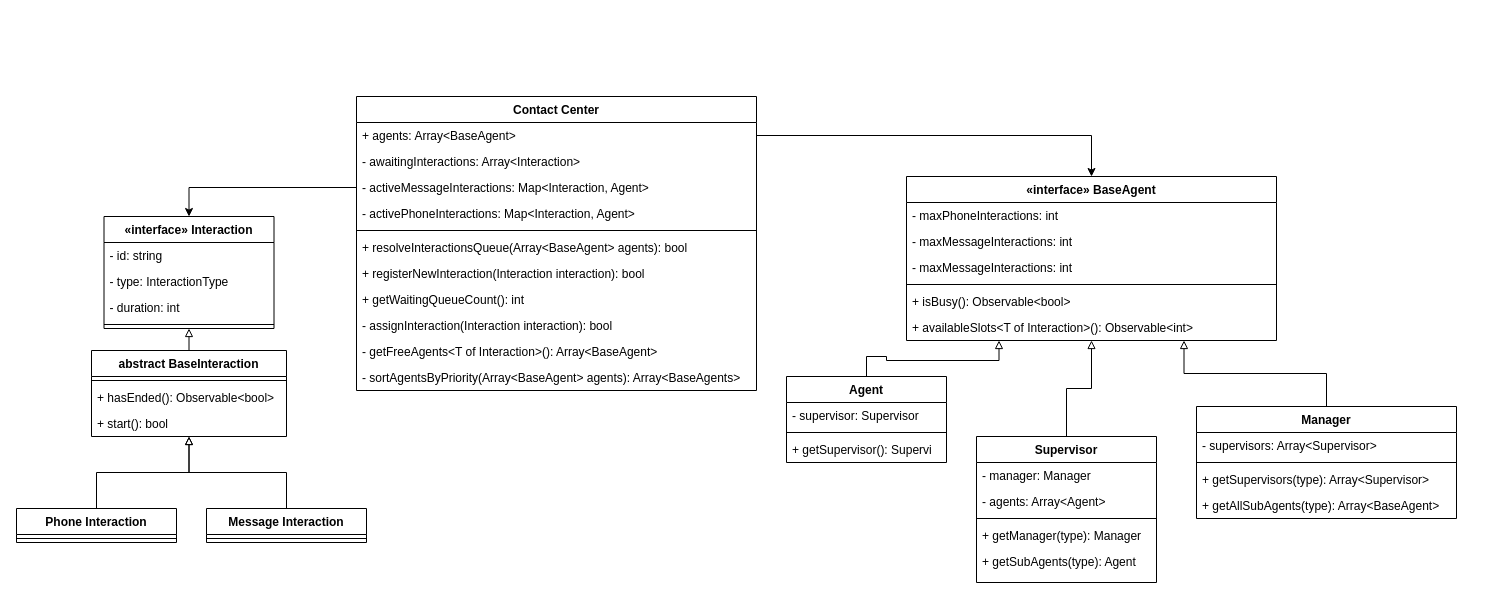
dvelluto/vonage-challenge keeps this draw.io diagram as Vonage-Challenge.drawio. Above is the earlier version. Source tidied: cells renumbered, new cells numbered last; positions are measured from the earlier drawing's top-left corner, leaving out a move shared by most shapes. Both pictures are drawn from the tidied source at 100%, with x=0, y=0 at pixel (16, 96).
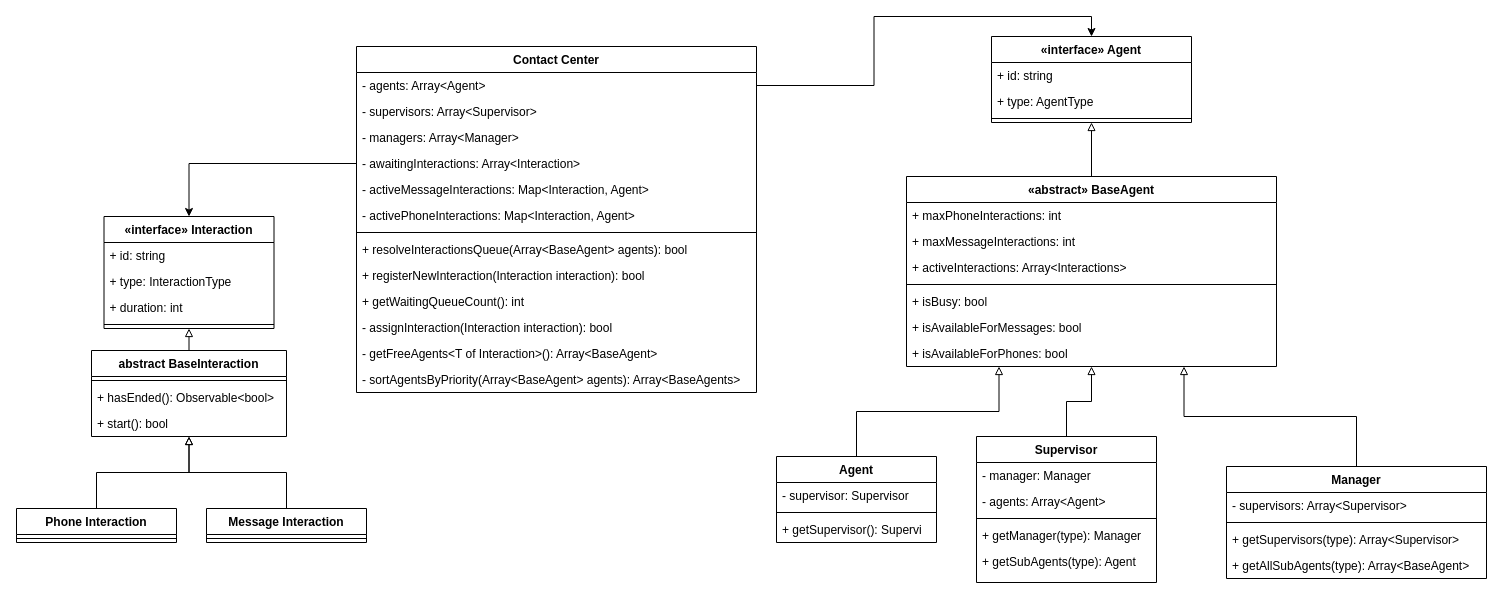
The same page after the edit.

Unchanged cells that the change refers to:
```xml
<mxCell id="36" value="«interface» Interaction" style="swimlane;fontStyle=1;align=center;verticalAlign=top;horizontal=1;startSize=26;" parent="1" vertex="1">
  <mxGeometry x="87.5" y="120" width="170" height="112" as="geometry" />
</mxCell>
```

Change to the diagram source:
```diff
@@
     <mxCell id="8" value="Agent" style="swimlane;fontStyle=1;align=center;verticalAlign=top;horizontal=1;startSize=26;" parent="1" vertex="1">
-      <mxGeometry x="770" y="280" width="160" height="86" as="geometry" />
+      <mxGeometry x="760" y="360" width="160" height="86" as="geometry" />
     </mxCell>
@@
     <mxCell id="19" value="Manager" style="swimlane;fontStyle=1;align=center;verticalAlign=top;horizontal=1;startSize=26;" parent="1" vertex="1">
-      <mxGeometry x="1180" y="310" width="260" height="112" as="geometry" />
+      <mxGeometry x="1210" y="370" width="260" height="112" as="geometry" />
     </mxCell>
@@
-    <mxCell id="26" style="edgeStyle=orthogonalEdgeStyle;rounded=0;jettySize=auto;html=1;exitX=0.5;exitY=0;exitDx=0;exitDy=0;entryX=1;entryY=0.5;entryDx=0;entryDy=0;startArrow=classic;startFill=1;endArrow=none;endFill=0;" parent="1" edge="1" source="27" target="42">
-      <mxGeometry relative="1" as="geometry" />
-    </mxCell>
-    <mxCell id="27" value="«interface» BaseAgent" style="swimlane;fontStyle=1;align=center;verticalAlign=top;horizontal=1;startSize=26;" parent="1" vertex="1">
-      <mxGeometry x="890" y="80" width="370" height="164" as="geometry" />
+    <mxCell id="27" value="«abstract» BaseAgent" style="swimlane;fontStyle=1;align=center;verticalAlign=top;horizontal=1;startSize=26;" parent="1" vertex="1">
+      <mxGeometry x="890" y="80" width="370" height="190" as="geometry" />
     </mxCell>
-    <mxCell id="28" value="- maxPhoneInteractions: int" style="text;strokeColor=none;fillColor=none;align=left;verticalAlign=top;spacingLeft=4;spacingRight=4;overflow=hidden;" parent="27" vertex="1">
+    <mxCell id="28" value="+ maxPhoneInteractions: int" style="text;strokeColor=none;fillColor=none;align=left;verticalAlign=top;spacingLeft=4;spacingRight=4;overflow=hidden;" parent="27" vertex="1">
       <mxGeometry y="26" width="370" height="26" as="geometry" />
     </mxCell>
-    <mxCell id="29" value="- maxMessageInteractions: int" style="text;strokeColor=none;fillColor=none;align=left;verticalAlign=top;spacingLeft=4;spacingRight=4;overflow=hidden;" parent="27" vertex="1">
+    <mxCell id="29" value="+ maxMessageInteractions: int" style="text;strokeColor=none;fillColor=none;align=left;verticalAlign=top;spacingLeft=4;spacingRight=4;overflow=hidden;" parent="27" vertex="1">
       <mxGeometry y="52" width="370" height="26" as="geometry" />
     </mxCell>
-    <mxCell id="30" value="- maxMessageInteractions: int" style="text;strokeColor=none;fillColor=none;align=left;verticalAlign=top;spacingLeft=4;spacingRight=4;overflow=hidden;" parent="27" vertex="1">
+    <mxCell id="30" value="+ activeInteractions: Array&lt;Interactions&gt;" style="text;strokeColor=none;fillColor=none;align=left;verticalAlign=top;spacingLeft=4;spacingRight=4;overflow=hidden;" parent="27" vertex="1">
       <mxGeometry y="78" width="370" height="26" as="geometry" />
     </mxCell>
@@
-    <mxCell id="32" value="+ isBusy(): Observable&lt;bool&gt;" style="text;strokeColor=none;fillColor=none;align=left;verticalAlign=top;spacingLeft=4;spacingRight=4;overflow=hidden;" parent="27" vertex="1">
-      <mxGeometry y="112" width="370" height="26" as="geometry" />
-    </mxCell>
-    <mxCell id="33" value="+ availableSlots&lt;T of Interaction&gt;(): Observable&lt;int&gt;" style="text;strokeColor=none;fillColor=none;align=left;verticalAlign=top;spacingLeft=4;spacingRight=4;overflow=hidden;" parent="27" vertex="1">
-      <mxGeometry y="138" width="370" height="26" as="geometry" />
-    </mxCell>
-    <mxCell id="34" style="edgeStyle=orthogonalEdgeStyle;rounded=0;jettySize=auto;html=1;exitX=0.5;exitY=0;exitDx=0;exitDy=0;entryX=0;entryY=0.5;entryDx=0;entryDy=0;startArrow=classic;startFill=1;endArrow=none;endFill=0;" parent="1" edge="1" source="36" target="44">
-      <mxGeometry relative="1" as="geometry" />
-    </mxCell>
+    <mxCell id="57" value="+ isBusy: bool" style="text;strokeColor=none;fillColor=none;align=left;verticalAlign=top;spacingLeft=4;spacingRight=4;overflow=hidden;" parent="27" vertex="1">
+      <mxGeometry y="112" width="370" height="26" as="geometry" />
+    </mxCell>
+    <mxCell id="58" value="+ isAvailableForMessages: bool" style="text;strokeColor=none;fillColor=none;align=left;verticalAlign=top;spacingLeft=4;spacingRight=4;overflow=hidden;" parent="27" vertex="1">
+      <mxGeometry y="138" width="370" height="26" as="geometry" />
+    </mxCell>
+    <mxCell id="59" value="+ isAvailableForPhones: bool" style="text;strokeColor=none;fillColor=none;align=left;verticalAlign=top;spacingLeft=4;spacingRight=4;overflow=hidden;" parent="27" vertex="1">
+      <mxGeometry y="164" width="370" height="26" as="geometry" />
+    </mxCell>
@@
-    <mxCell id="37" value="- id: string" style="text;strokeColor=none;fillColor=none;align=left;verticalAlign=top;spacingLeft=4;spacingRight=4;overflow=hidden;" parent="36" vertex="1">
+    <mxCell id="37" value="+ id: string" style="text;strokeColor=none;fillColor=none;align=left;verticalAlign=top;spacingLeft=4;spacingRight=4;overflow=hidden;" parent="36" vertex="1">
       <mxGeometry y="26" width="170" height="26" as="geometry" />
     </mxCell>
-    <mxCell id="38" value="- type: InteractionType" style="text;strokeColor=none;fillColor=none;align=left;verticalAlign=top;spacingLeft=4;spacingRight=4;overflow=hidden;" parent="36" vertex="1">
+    <mxCell id="38" value="+ type: InteractionType" style="text;strokeColor=none;fillColor=none;align=left;verticalAlign=top;spacingLeft=4;spacingRight=4;overflow=hidden;" parent="36" vertex="1">
       <mxGeometry y="52" width="170" height="26" as="geometry" />
     </mxCell>
-    <mxCell id="39" value="- duration: int" style="text;strokeColor=none;fillColor=none;align=left;verticalAlign=top;spacingLeft=4;spacingRight=4;overflow=hidden;" parent="36" vertex="1">
+    <mxCell id="39" value="+ duration: int" style="text;strokeColor=none;fillColor=none;align=left;verticalAlign=top;spacingLeft=4;spacingRight=4;overflow=hidden;" parent="36" vertex="1">
       <mxGeometry y="78" width="170" height="26" as="geometry" />
     </mxCell>
@@
     <mxCell id="41" value="Contact Center" style="swimlane;fontStyle=1;align=center;verticalAlign=top;horizontal=1;startSize=26;" parent="1" vertex="1">
-      <mxGeometry x="340" width="400" height="294" as="geometry" />
+      <mxGeometry x="340" y="-50" width="400" height="346" as="geometry" />
     </mxCell>
-    <mxCell id="42" value="+ agents: Array&lt;BaseAgent&gt;" style="text;strokeColor=none;fillColor=none;align=left;verticalAlign=top;spacingLeft=4;spacingRight=4;overflow=hidden;points=[[0,0.5],[1,0.5]];portConstraint=eastwest;" parent="41" vertex="1">
+    <mxCell id="42" value="- agents: Array&lt;Agent&gt;" style="text;strokeColor=none;fillColor=none;align=left;verticalAlign=top;spacingLeft=4;spacingRight=4;overflow=hidden;points=[[0,0.5],[1,0.5]];portConstraint=eastwest;" parent="41" vertex="1">
       <mxGeometry y="26" width="400" height="26" as="geometry" />
     </mxCell>
+    <mxCell id="60" value="- supervisors: Array&lt;Supervisor&gt;" style="text;strokeColor=none;fillColor=none;align=left;verticalAlign=top;spacingLeft=4;spacingRight=4;overflow=hidden;" parent="41" vertex="1">
+      <mxGeometry y="52" width="400" height="26" as="geometry" />
+    </mxCell>
+    <mxCell id="61" value="- managers: Array&lt;Manager&gt;" style="text;strokeColor=none;fillColor=none;align=left;verticalAlign=top;spacingLeft=4;spacingRight=4;overflow=hidden;" parent="41" vertex="1">
+      <mxGeometry y="78" width="400" height="26" as="geometry" />
+    </mxCell>
     <mxCell id="43" value="- awaitingInteractions: Array&lt;Interaction&gt;" style="text;strokeColor=none;fillColor=none;align=left;verticalAlign=top;spacingLeft=4;spacingRight=4;overflow=hidden;points=[[0,0.5],[1,0.5]];portConstraint=eastwest;" parent="41" vertex="1">
-      <mxGeometry y="52" width="400" height="26" as="geometry" />
+      <mxGeometry y="104" width="400" height="26" as="geometry" />
     </mxCell>
     <mxCell id="44" value="- activeMessageInteractions: Map&lt;Interaction, Agent&gt;" style="text;strokeColor=none;fillColor=none;align=left;verticalAlign=top;spacingLeft=4;spacingRight=4;overflow=hidden;points=[[0,0.5],[1,0.5]];portConstraint=eastwest;" parent="41" vertex="1">
-      <mxGeometry y="78" width="400" height="26" as="geometry" />
+      <mxGeometry y="130" width="400" height="26" as="geometry" />
     </mxCell>
     <mxCell id="45" value="- activePhoneInteractions: Map&lt;Interaction, Agent&gt;" style="text;strokeColor=none;fillColor=none;align=left;verticalAlign=top;spacingLeft=4;spacingRight=4;overflow=hidden;" parent="41" vertex="1">
-      <mxGeometry y="104" width="400" height="26" as="geometry" />
+      <mxGeometry y="156" width="400" height="26" as="geometry" />
     </mxCell>
     <mxCell id="46" style="line;strokeWidth=1;fillColor=none;align=left;verticalAlign=middle;spacingTop=-1;spacingLeft=3;spacingRight=3;labelPosition=right;" parent="41" vertex="1">
-      <mxGeometry y="130" width="400" height="8" as="geometry" />
+      <mxGeometry y="182" width="400" height="8" as="geometry" />
     </mxCell>
     <mxCell id="47" value="+ resolveInteractionsQueue(Array&lt;BaseAgent&gt; agents): bool" style="text;strokeColor=none;fillColor=none;align=left;verticalAlign=top;spacingLeft=4;spacingRight=4;overflow=hidden;" parent="41" vertex="1">
-      <mxGeometry y="138" width="400" height="26" as="geometry" />
+      <mxGeometry y="190" width="400" height="26" as="geometry" />
     </mxCell>
     <mxCell id="48" value="+ registerNewInteraction(Interaction interaction): bool" style="text;strokeColor=none;fillColor=none;align=left;verticalAlign=top;spacingLeft=4;spacingRight=4;overflow=hidden;" parent="41" vertex="1">
-      <mxGeometry y="164" width="400" height="26" as="geometry" />
+      <mxGeometry y="216" width="400" height="26" as="geometry" />
     </mxCell>
     <mxCell id="49" value="+ getWaitingQueueCount(): int" style="text;strokeColor=none;fillColor=none;align=left;verticalAlign=top;spacingLeft=4;spacingRight=4;overflow=hidden;" parent="41" vertex="1">
-      <mxGeometry y="190" width="400" height="26" as="geometry" />
+      <mxGeometry y="242" width="400" height="26" as="geometry" />
     </mxCell>
     <mxCell id="50" value="- assignInteraction(Interaction interaction): bool" style="text;strokeColor=none;fillColor=none;align=left;verticalAlign=top;spacingLeft=4;spacingRight=4;overflow=hidden;" parent="41" vertex="1">
-      <mxGeometry y="216" width="400" height="26" as="geometry" />
+      <mxGeometry y="268" width="400" height="26" as="geometry" />
     </mxCell>
     <mxCell id="51" value="- getFreeAgents&lt;T of Interaction&gt;(): Array&lt;BaseAgent&gt;" style="text;strokeColor=none;fillColor=none;align=left;verticalAlign=top;spacingLeft=4;spacingRight=4;overflow=hidden;" parent="41" vertex="1">
-      <mxGeometry y="242" width="400" height="26" as="geometry" />
+      <mxGeometry y="294" width="400" height="26" as="geometry" />
     </mxCell>
     <mxCell id="52" value="- sortAgentsByPriority(Array&lt;BaseAgent&gt; agents): Array&lt;BaseAgents&gt;" style="text;strokeColor=none;fillColor=none;align=left;verticalAlign=top;spacingLeft=4;spacingRight=4;overflow=hidden;" parent="41" vertex="1">
-      <mxGeometry y="268" width="400" height="26" as="geometry" />
+      <mxGeometry y="320" width="400" height="26" as="geometry" />
     </mxCell>
@@
+    <mxCell id="62" style="edgeStyle=orthogonalEdgeStyle;rounded=0;jettySize=auto;html=1;exitX=0.5;exitY=1;exitDx=0;exitDy=0;startArrow=block;startFill=0;endArrow=none;endFill=0;" parent="1" edge="1" source="63" target="27">
+      <mxGeometry relative="1" as="geometry" />
+    </mxCell>
+    <mxCell id="63" value="«interface» Agent" style="swimlane;fontStyle=1;align=center;verticalAlign=top;horizontal=1;startSize=26;" parent="1" vertex="1">
+      <mxGeometry x="975" y="-60" width="200" height="86" as="geometry" />
+    </mxCell>
+    <mxCell id="64" value="+ id: string" style="text;strokeColor=none;fillColor=none;align=left;verticalAlign=top;spacingLeft=4;spacingRight=4;overflow=hidden;" parent="63" vertex="1">
+      <mxGeometry y="26" width="200" height="26" as="geometry" />
+    </mxCell>
+    <mxCell id="65" value="+ type: AgentType" style="text;strokeColor=none;fillColor=none;align=left;verticalAlign=top;spacingLeft=4;spacingRight=4;overflow=hidden;" parent="63" vertex="1">
+      <mxGeometry y="52" width="200" height="26" as="geometry" />
+    </mxCell>
+    <mxCell id="66" style="line;strokeWidth=1;fillColor=none;align=left;verticalAlign=middle;spacingTop=-1;spacingLeft=3;spacingRight=3;labelPosition=right;" parent="63" vertex="1">
+      <mxGeometry y="78" width="200" height="8" as="geometry" />
+    </mxCell>
+    <mxCell id="67" style="edgeStyle=orthogonalEdgeStyle;rounded=0;jettySize=auto;html=1;exitX=0;exitY=0.5;exitDx=0;exitDy=0;entryX=0.5;entryY=0;entryDx=0;entryDy=0;" parent="1" edge="1" source="43" target="36">
+      <mxGeometry relative="1" as="geometry" />
+    </mxCell>
+    <mxCell id="68" style="edgeStyle=orthogonalEdgeStyle;rounded=0;jettySize=auto;html=1;entryX=0.5;entryY=0;entryDx=0;entryDy=0;" parent="1" edge="1" source="42" target="63">
+      <mxGeometry relative="1" as="geometry" />
+    </mxCell>
```
